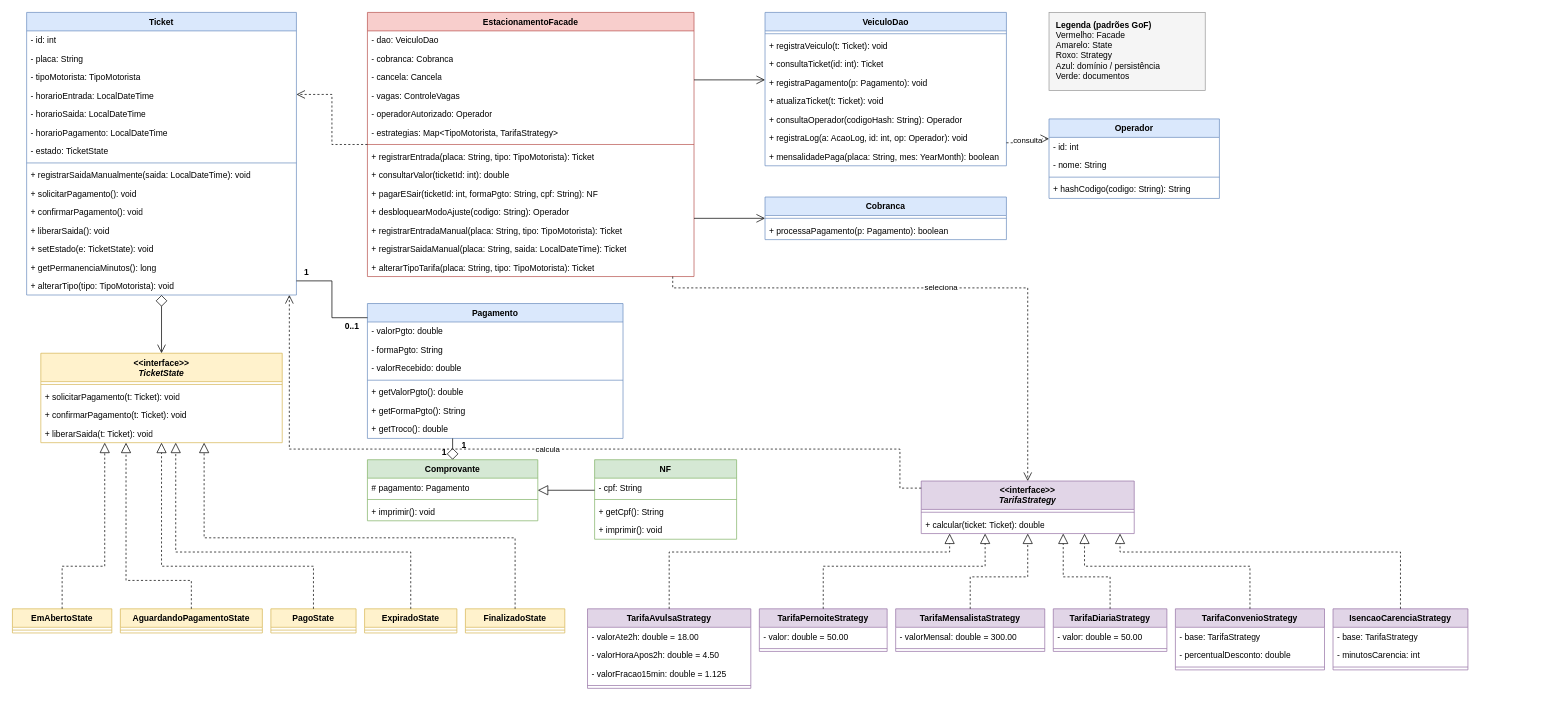
This is docs/imagens/DiagramaClassesGoFMono.drawio from KeteliLino/Projeto_Eng_Soft__Monolitico, a draw.io file, before an edit. Source tidied: cells renumbered, new cells numbered last; positions are measured from the earlier drawing's top-left corner, leaving out a move shared by most shapes. Both pictures are drawn from the tidied source at 71%, with x=0, y=0 at pixel (12, 12).
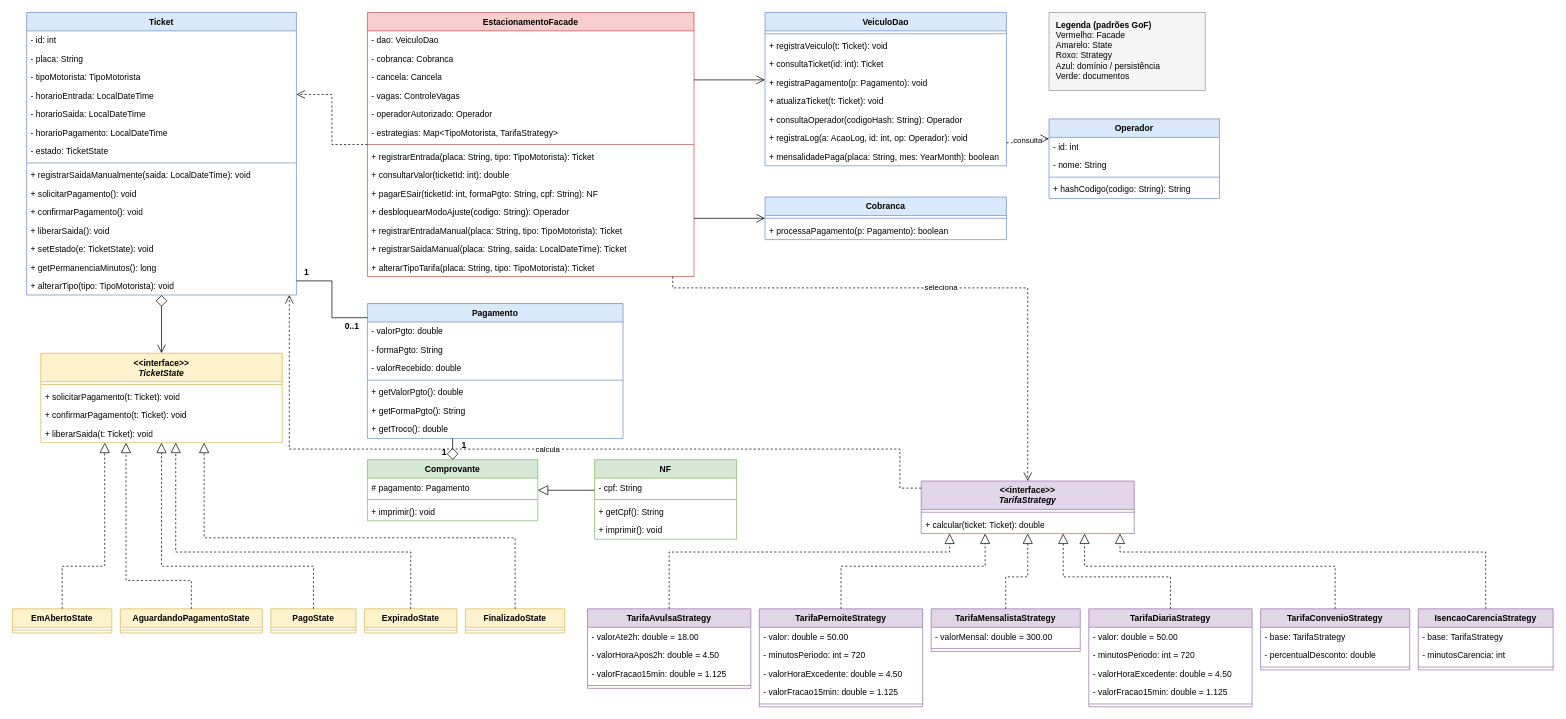
The same diagram, later.

The change refers to these unchanged cells:
```xml
<mxCell id="48" value="&amp;lt;&amp;lt;interface&amp;gt;&amp;gt;&lt;br&gt;&lt;i&gt;TarifaStrategy&lt;/i&gt;" style="swimlane;fontStyle=1;align=center;verticalAlign=top;horizontal=1;startSize=40;whiteSpace=wrap;html=1;fillColor=#e1d5e7;strokeColor=#9673a6;swimlaneFillColor=#ffffff;fontSize=12;" parent="1" vertex="1">
  <mxGeometry x="1280" y="660" width="300" height="74" as="geometry" />
</mxCell>
```

Change to the diagram source:
```diff
@@
     <mxCell id="56" value="TarifaPernoiteStrategy" style="swimlane;fontStyle=1;align=center;verticalAlign=top;horizontal=1;startSize=26;whiteSpace=wrap;html=1;fillColor=#e1d5e7;strokeColor=#9673a6;swimlaneFillColor=#ffffff;fontSize=12;" parent="1" vertex="1">
-      <mxGeometry x="1052" y="840" width="180" height="60" as="geometry" />
+      <mxGeometry x="1052" y="840" width="230" height="138" as="geometry" />
     </mxCell>
     <mxCell id="57" value="- valor: double = 50.00" style="text;strokeColor=none;fillColor=none;align=left;verticalAlign=top;spacingLeft=4;spacingRight=4;overflow=hidden;whiteSpace=wrap;html=1;fontSize=12;" parent="56" vertex="1">
-      <mxGeometry y="26" width="180" height="26" as="geometry" />
+      <mxGeometry y="26" width="230" height="26" as="geometry" />
     </mxCell>
     <mxCell id="58" style="line;strokeWidth=1;fillColor=none;align=left;verticalAlign=middle;spacingTop=-1;spacingLeft=3;spacingRight=3;labelPosition=right;strokeColor=#9673a6;" parent="56" vertex="1">
-      <mxGeometry y="52" width="180" height="8" as="geometry" />
+      <mxGeometry y="130" width="230" height="8" as="geometry" />
     </mxCell>
+    <mxCell id="133" value="- minutosPeriodo: int = 720" style="text;strokeColor=none;fillColor=none;align=left;verticalAlign=top;spacingLeft=4;spacingRight=4;overflow=hidden;whiteSpace=wrap;html=1;fontSize=12;" parent="56" vertex="1">
+      <mxGeometry y="52" width="230" height="26" as="geometry" />
+    </mxCell>
+    <mxCell id="134" value="- valorHoraExcedente: double = 4.50" style="text;strokeColor=none;fillColor=none;align=left;verticalAlign=top;spacingLeft=4;spacingRight=4;overflow=hidden;whiteSpace=wrap;html=1;fontSize=12;" parent="56" vertex="1">
+      <mxGeometry y="78" width="230" height="26" as="geometry" />
+    </mxCell>
+    <mxCell id="135" value="- valorFracao15min: double = 1.125" style="text;strokeColor=none;fillColor=none;align=left;verticalAlign=top;spacingLeft=4;spacingRight=4;overflow=hidden;whiteSpace=wrap;html=1;fontSize=12;" parent="56" vertex="1">
+      <mxGeometry y="104" width="230" height="26" as="geometry" />
+    </mxCell>
     <mxCell id="59" value="TarifaMensalistaStrategy" style="swimlane;fontStyle=1;align=center;verticalAlign=top;horizontal=1;startSize=26;whiteSpace=wrap;html=1;fillColor=#e1d5e7;strokeColor=#9673a6;swimlaneFillColor=#ffffff;fontSize=12;" parent="1" vertex="1">
-      <mxGeometry x="1244" y="840" width="210" height="60" as="geometry" />
+      <mxGeometry x="1294" y="840" width="210" height="60" as="geometry" />
     </mxCell>
@@
     <mxCell id="62" value="TarifaDiariaStrategy" style="swimlane;fontStyle=1;align=center;verticalAlign=top;horizontal=1;startSize=26;whiteSpace=wrap;html=1;fillColor=#e1d5e7;strokeColor=#9673a6;swimlaneFillColor=#ffffff;fontSize=12;" parent="1" vertex="1">
-      <mxGeometry x="1466" y="840" width="160" height="60" as="geometry" />
+      <mxGeometry x="1516" y="840" width="230" height="138" as="geometry" />
     </mxCell>
     <mxCell id="63" style="line;strokeWidth=1;fillColor=none;align=left;verticalAlign=middle;spacingTop=-1;spacingLeft=3;spacingRight=3;labelPosition=right;strokeColor=#9673a6;" parent="62" vertex="1">
-      <mxGeometry y="52" width="160" height="8" as="geometry" />
+      <mxGeometry y="130" width="230" height="8" as="geometry" />
     </mxCell>
     <mxCell id="64" value="- valor: double = 50.00" style="text;strokeColor=none;fillColor=none;align=left;verticalAlign=top;spacingLeft=4;spacingRight=4;overflow=hidden;whiteSpace=wrap;html=1;fontSize=12;" parent="62" vertex="1">
-      <mxGeometry y="26" width="160" height="26" as="geometry" />
+      <mxGeometry y="26" width="230" height="26" as="geometry" />
     </mxCell>
+    <mxCell id="136" value="- minutosPeriodo: int = 720" style="text;strokeColor=none;fillColor=none;align=left;verticalAlign=top;spacingLeft=4;spacingRight=4;overflow=hidden;whiteSpace=wrap;html=1;fontSize=12;" parent="62" vertex="1">
+      <mxGeometry y="52" width="230" height="26" as="geometry" />
+    </mxCell>
+    <mxCell id="137" value="- valorHoraExcedente: double = 4.50" style="text;strokeColor=none;fillColor=none;align=left;verticalAlign=top;spacingLeft=4;spacingRight=4;overflow=hidden;whiteSpace=wrap;html=1;fontSize=12;" parent="62" vertex="1">
+      <mxGeometry y="78" width="230" height="26" as="geometry" />
+    </mxCell>
+    <mxCell id="138" value="- valorFracao15min: double = 1.125" style="text;strokeColor=none;fillColor=none;align=left;verticalAlign=top;spacingLeft=4;spacingRight=4;overflow=hidden;whiteSpace=wrap;html=1;fontSize=12;" parent="62" vertex="1">
+      <mxGeometry y="104" width="230" height="26" as="geometry" />
+    </mxCell>
     <mxCell id="65" value="TarifaConvenioStrategy" style="swimlane;fontStyle=1;align=center;verticalAlign=top;horizontal=1;startSize=26;whiteSpace=wrap;html=1;fillColor=#e1d5e7;strokeColor=#9673a6;swimlaneFillColor=#ffffff;fontSize=12;" parent="1" vertex="1">
-      <mxGeometry x="1638" y="840" width="210" height="86" as="geometry" />
+      <mxGeometry x="1758" y="840" width="210" height="86" as="geometry" />
     </mxCell>
@@
     <mxCell id="69" value="IsencaoCarenciaStrategy" style="swimlane;fontStyle=1;align=center;verticalAlign=top;horizontal=1;startSize=26;whiteSpace=wrap;html=1;fillColor=#e1d5e7;strokeColor=#9673a6;swimlaneFillColor=#ffffff;fontSize=12;" parent="1" vertex="1">
-      <mxGeometry x="1860" y="840" width="190" height="86" as="geometry" />
+      <mxGeometry x="1980" y="840" width="190" height="86" as="geometry" />
     </mxCell>
@@
     <mxCell id="113" style="edgeStyle=orthogonalEdgeStyle;rounded=0;html=1;jettySize=auto;fontSize=11;labelBackgroundColor=#ffffff;exitX=0.5;exitY=0.0;exitDx=0;exitDy=0;dashed=1;endArrow=block;endFill=0;endSize=12;" parent="1" edge="1" source="56" target="48">
       <mxGeometry x="0.18" relative="1" as="geometry">
         <Array as="points">
-          <mxPoint x="1142" y="780" />
+          <mxPoint x="1167" y="780" />
           <mxPoint x="1370" y="780" />
         </Array>
       </mxGeometry>
     </mxCell>
     <mxCell id="114" style="edgeStyle=orthogonalEdgeStyle;rounded=0;html=1;jettySize=auto;fontSize=11;labelBackgroundColor=#ffffff;exitX=0.5;exitY=0.0;exitDx=0;exitDy=0;entryX=0.5;entryY=1.0;entryDx=0;entryDy=0;dashed=1;endArrow=block;endFill=0;endSize=12;" parent="1" edge="1" source="59" target="48">
       <mxGeometry relative="1" as="geometry">
         <Array as="points">
-          <mxPoint x="1349" y="795" />
+          <mxPoint x="1399" y="795" />
           <mxPoint x="1430" y="795" />
         </Array>
       </mxGeometry>
     </mxCell>
     <mxCell id="115" style="edgeStyle=orthogonalEdgeStyle;rounded=0;html=1;jettySize=auto;fontSize=11;labelBackgroundColor=#ffffff;exitX=0.5;exitY=0.0;exitDx=0;exitDy=0;dashed=1;endArrow=block;endFill=0;endSize=12;" parent="1" edge="1" source="62" target="48">
       <mxGeometry x="0.29" relative="1" as="geometry">
         <Array as="points">
-          <mxPoint x="1546" y="795" />
+          <mxPoint x="1631" y="795" />
           <mxPoint x="1480" y="795" />
         </Array>
       </mxGeometry>
     </mxCell>
     <mxCell id="116" style="edgeStyle=orthogonalEdgeStyle;rounded=0;html=1;jettySize=auto;fontSize=11;labelBackgroundColor=#ffffff;exitX=0.5;exitY=0.0;exitDx=0;exitDy=0;dashed=1;endArrow=block;endFill=0;endSize=12;" parent="1" edge="1" source="65" target="48">
       <mxGeometry x="0.24" relative="1" as="geometry">
         <Array as="points">
-          <mxPoint x="1743" y="780" />
+          <mxPoint x="1863" y="780" />
           <mxPoint x="1510" y="780" />
         </Array>
       </mxGeometry>
     </mxCell>
     <mxCell id="117" style="edgeStyle=orthogonalEdgeStyle;rounded=0;html=1;jettySize=auto;fontSize=11;labelBackgroundColor=#ffffff;exitX=0.5;exitY=0.0;exitDx=0;exitDy=0;dashed=1;endArrow=block;endFill=0;endSize=12;" parent="1" edge="1" source="69" target="48">
       <mxGeometry x="0.26" relative="1" as="geometry">
         <Array as="points">
-          <mxPoint x="1955" y="760" />
+          <mxPoint x="2075" y="760" />
           <mxPoint x="1560" y="760" />
         </Array>
       </mxGeometry>
     </mxCell>
```
